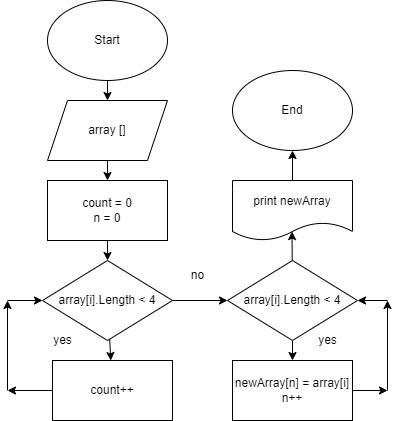
Impregnab1e/Block-results.-Choice-of-specialization keeps this draw.io diagram as BlockDiagram.drawio.png. Above is the earlier version. Source tidied: cells renumbered, new cells last; positions are measured from the earlier drawing's top-left corner, leaving out a move shared by most shapes. Source of this version:
```xml
<mxGraphModel>
  <root>
    <mxCell id="0" />
    <mxCell id="1" parent="0" />
    <mxCell id="2" value="Start" style="ellipse;whiteSpace=wrap;html=1;" parent="1" vertex="1">
      <mxGeometry x="40" width="120" height="80" as="geometry" />
    </mxCell>
    <mxCell id="3" value="array []" style="shape=parallelogram;perimeter=parallelogramPerimeter;whiteSpace=wrap;html=1;fixedSize=1;" parent="1" vertex="1">
      <mxGeometry x="40" y="100" width="120" height="60" as="geometry" />
    </mxCell>
    <mxCell id="4" value="count = 0&lt;br&gt;n = 0" style="rounded=0;whiteSpace=wrap;html=1;" parent="1" vertex="1">
      <mxGeometry x="40" y="180" width="120" height="60" as="geometry" />
    </mxCell>
    <mxCell id="5" style="edgeStyle=none;html=1;" parent="1" edge="1" source="7" target="9">
      <mxGeometry relative="1" as="geometry" />
    </mxCell>
    <mxCell id="6" style="edgeStyle=none;html=1;exitX=1;exitY=0.5;exitDx=0;exitDy=0;entryX=0;entryY=0.5;entryDx=0;entryDy=0;" parent="1" edge="1" source="7" target="14">
      <mxGeometry relative="1" as="geometry" />
    </mxCell>
    <mxCell id="7" value="array[i].Length &amp;lt; 4" style="rhombus;whiteSpace=wrap;html=1;" parent="1" vertex="1">
      <mxGeometry x="35" y="260" width="130" height="80" as="geometry" />
    </mxCell>
    <mxCell id="8" style="edgeStyle=none;html=1;" parent="1" edge="1" source="9">
      <mxGeometry relative="1" as="geometry">
        <mxPoint y="390" as="targetPoint" />
      </mxGeometry>
    </mxCell>
    <mxCell id="9" value="count++" style="whiteSpace=wrap;html=1;" parent="1" vertex="1">
      <mxGeometry x="45" y="360" width="120" height="60" as="geometry" />
    </mxCell>
    <mxCell id="10" style="endArrow=classic;html=1;" parent="1" edge="1">
      <mxGeometry relative="1" as="geometry">
        <mxPoint y="390" as="sourcePoint" />
        <mxPoint y="300" as="targetPoint" />
      </mxGeometry>
    </mxCell>
    <mxCell id="11" style="endArrow=classic;html=1;" parent="1" edge="1" target="7">
      <mxGeometry relative="1" as="geometry">
        <mxPoint y="300" as="sourcePoint" />
      </mxGeometry>
    </mxCell>
    <mxCell id="12" style="edgeStyle=none;html=1;" parent="1" edge="1" source="14" target="15">
      <mxGeometry relative="1" as="geometry" />
    </mxCell>
    <mxCell id="13" style="edgeStyle=none;html=1;entryX=0.496;entryY=0.851;entryDx=0;entryDy=0;entryPerimeter=0;" parent="1" edge="1" source="14" target="26">
      <mxGeometry relative="1" as="geometry" />
    </mxCell>
    <mxCell id="14" value="array[i].Length &amp;lt; 4" style="rhombus;whiteSpace=wrap;html=1;" parent="1" vertex="1">
      <mxGeometry x="220" y="260" width="130" height="80" as="geometry" />
    </mxCell>
    <mxCell id="15" value="newArray[n] = array[i]&lt;br&gt;n++" style="whiteSpace=wrap;html=1;" parent="1" vertex="1">
      <mxGeometry x="225" y="360" width="120" height="60" as="geometry" />
    </mxCell>
    <mxCell id="16" style="endArrow=classic;html=1;exitX=0.5;exitY=1;exitDx=0;exitDy=0;entryX=0.5;entryY=0;entryDx=0;entryDy=0;" parent="1" edge="1" source="2" target="3">
      <mxGeometry relative="1" as="geometry" />
    </mxCell>
    <mxCell id="17" style="endArrow=classic;html=1;exitX=0.5;exitY=1;exitDx=0;exitDy=0;entryX=0.5;entryY=0;entryDx=0;entryDy=0;" parent="1" edge="1" source="3" target="4">
      <mxGeometry relative="1" as="geometry" />
    </mxCell>
    <mxCell id="18" style="endArrow=classic;html=1;exitX=0.5;exitY=1;exitDx=0;exitDy=0;entryX=0.5;entryY=0;entryDx=0;entryDy=0;" parent="1" edge="1" source="4" target="7">
      <mxGeometry relative="1" as="geometry" />
    </mxCell>
    <mxCell id="19" value="yes" style="text;html=1;align=center;verticalAlign=middle;strokeColor=none;fillColor=none;" parent="1" vertex="1">
      <mxGeometry x="35" y="325" width="40" height="30" as="geometry" />
    </mxCell>
    <mxCell id="20" value="no" style="text;html=1;align=center;verticalAlign=middle;strokeColor=none;fillColor=none;" parent="1" vertex="1">
      <mxGeometry x="170" y="260" width="40" height="30" as="geometry" />
    </mxCell>
    <mxCell id="21" value="yes" style="text;html=1;align=center;verticalAlign=middle;strokeColor=none;fillColor=none;" parent="1" vertex="1">
      <mxGeometry x="300" y="325" width="40" height="30" as="geometry" />
    </mxCell>
    <mxCell id="22" style="endArrow=classic;html=1;exitX=1;exitY=0.5;exitDx=0;exitDy=0;" parent="1" edge="1" source="15">
      <mxGeometry relative="1" as="geometry">
        <mxPoint x="380" y="390" as="targetPoint" />
      </mxGeometry>
    </mxCell>
    <mxCell id="23" style="endArrow=classic;html=1;" parent="1" edge="1">
      <mxGeometry relative="1" as="geometry">
        <mxPoint x="380" y="390" as="sourcePoint" />
        <mxPoint x="380" y="300" as="targetPoint" />
      </mxGeometry>
    </mxCell>
    <mxCell id="24" style="endArrow=classic;html=1;entryX=1;entryY=0.5;entryDx=0;entryDy=0;" parent="1" edge="1" target="14">
      <mxGeometry relative="1" as="geometry">
        <mxPoint x="380" y="300" as="sourcePoint" />
      </mxGeometry>
    </mxCell>
    <mxCell id="25" style="edgeStyle=none;html=1;" parent="1" edge="1" source="26" target="27">
      <mxGeometry relative="1" as="geometry" />
    </mxCell>
    <mxCell id="26" value="print newArray" style="shape=document;whiteSpace=wrap;html=1;boundedLbl=1;" parent="1" vertex="1">
      <mxGeometry x="225" y="180" width="120" height="60" as="geometry" />
    </mxCell>
    <mxCell id="27" value="End" style="ellipse;whiteSpace=wrap;html=1;" parent="1" vertex="1">
      <mxGeometry x="225" y="70" width="120" height="80" as="geometry" />
    </mxCell>
  </root>
</mxGraphModel>
```
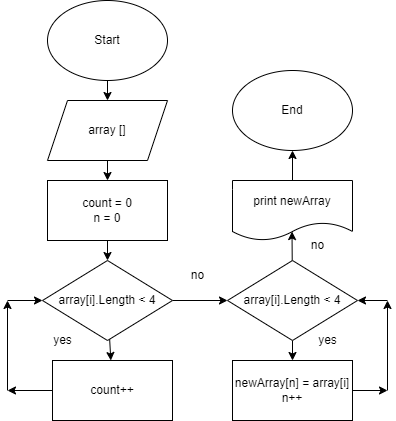
After the change.

Change to the diagram source:
```diff
@@ -94,5 +94,8 @@
     <mxCell id="27" value="End" style="ellipse;whiteSpace=wrap;html=1;" parent="1" vertex="1">
       <mxGeometry x="225" y="70" width="120" height="80" as="geometry" />
     </mxCell>
+    <mxCell id="28" value="no" style="text;html=1;align=center;verticalAlign=middle;strokeColor=none;fillColor=none;" parent="1" vertex="1">
+      <mxGeometry x="290" y="230" width="40" height="30" as="geometry" />
+    </mxCell>
   </root>
 </mxGraphModel>
```
